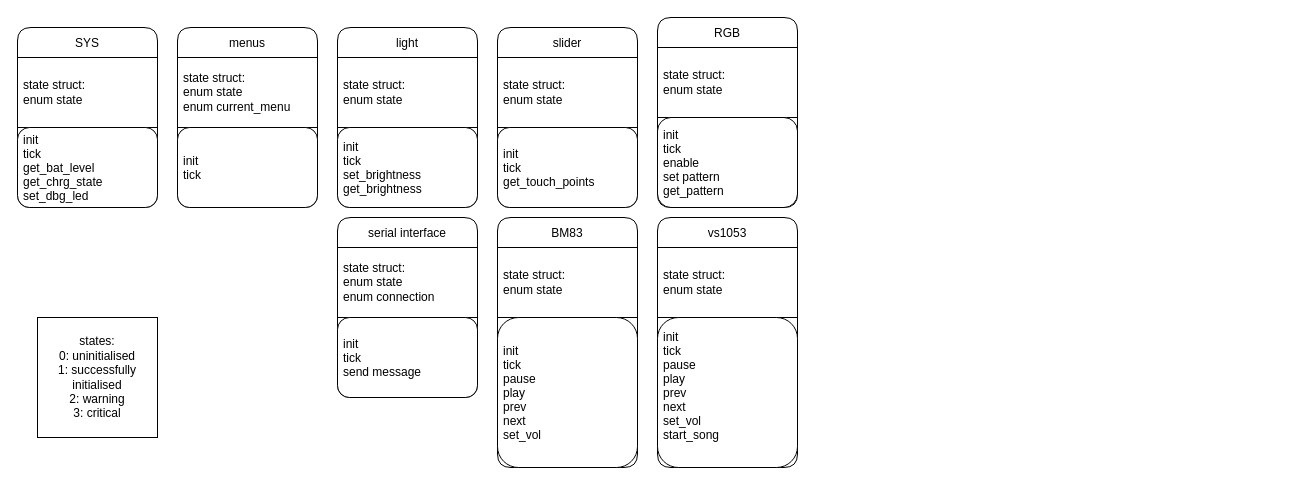
The draw.io diagram V2/code/M0 firmware/program layout.drawio in Scaniox/Glassphones, before the edit. Source tidied: cells renumbered, new cells numbered last; positions are measured from the earlier drawing's top-left corner, leaving out a move shared by most shapes. Both pictures are drawn from the tidied source at 100%, with x=0, y=0 at pixel (17, 17).
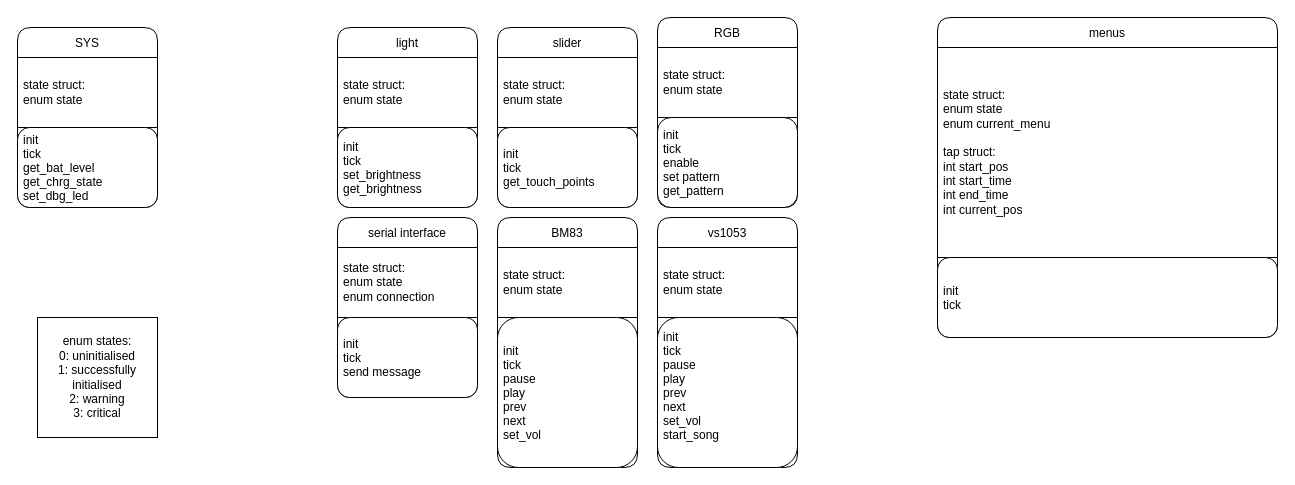
The same page after the edit.

Diff of the diagram source:
```diff
@@
-    <mxCell id="5" value="states:&lt;br&gt;0: uninitialised&lt;br&gt;1: successfully initialised&lt;br&gt;2: warning&lt;br&gt;3: critical" style="rounded=0;whiteSpace=wrap;html=1;" parent="1" vertex="1">
+    <mxCell id="5" value="enum states:&lt;br&gt;0: uninitialised&lt;br&gt;1: successfully initialised&lt;br&gt;2: warning&lt;br&gt;3: critical" style="rounded=0;whiteSpace=wrap;html=1;" parent="1" vertex="1">
       <mxGeometry x="20" y="300" width="120" height="120" as="geometry" />
     </mxCell>
@@
     <mxCell id="18" value="menus" style="swimlane;fontStyle=0;horizontal=1;startSize=30;rounded=1;swimlaneFillColor=default;" parent="1" vertex="1">
-      <mxGeometry x="160" y="10" width="140" height="180" as="geometry" />
+      <mxGeometry x="920" width="340" height="320" as="geometry" />
     </mxCell>
-    <mxCell id="19" value="state struct:&lt;br&gt;enum state&lt;br&gt;enum current_menu" style="rounded=0;whiteSpace=wrap;html=1;align=left;spacingLeft=4;" parent="18" vertex="1">
-      <mxGeometry y="30" width="140" height="70" as="geometry" />
+    <mxCell id="19" value="state struct:&lt;br&gt;enum state&lt;br&gt;enum current_menu&lt;br&gt;&lt;br&gt;tap struct:&lt;br&gt;int start_pos&lt;br&gt;int start_time&lt;br&gt;int end_time&lt;br&gt;int current_pos" style="rounded=0;whiteSpace=wrap;html=1;align=left;spacingLeft=4;" parent="18" vertex="1">
+      <mxGeometry y="30" width="340" height="210" as="geometry" />
     </mxCell>
     <mxCell id="20" value="init&#10;tick" style="text;strokeColor=default;fillColor=default;align=left;verticalAlign=middle;spacingLeft=4;spacingRight=4;overflow=hidden;rounded=1;shadow=0;" parent="18" vertex="1">
-      <mxGeometry y="100" width="140" height="80" as="geometry" />
+      <mxGeometry y="240" width="340" height="80" as="geometry" />
     </mxCell>
```
